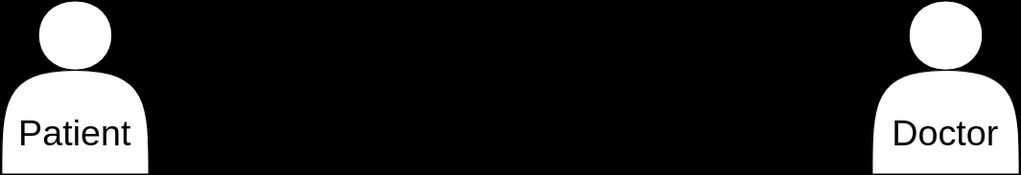
The draw.io diagram architecture.drawio.svg in sabbCodes/telehealth, before a commit. Source tidied: cells renumbered, new cells last; positions are measured from the earlier drawing's top-left corner, leaving out a move shared by most shapes. The source it was exported from:
```xml
<mxGraphModel background="light-dark(#000000, #121212)">
  <root>
    <mxCell id="0" />
    <mxCell id="1" parent="0" />
    <mxCell id="2" style="shape=actor;whiteSpace=wrap;html=1;" parent="1" vertex="1">
      <mxGeometry width="110" height="130" as="geometry" />
    </mxCell>
    <mxCell id="3" style="shape=actor;whiteSpace=wrap;html=1;" parent="1" vertex="1">
      <mxGeometry x="650" width="110" height="130" as="geometry" />
    </mxCell>
    <mxCell id="4" value="&lt;font style=&quot;font-size: 27px;&quot;&gt;Patient&lt;/font&gt;" style="text;html=1;align=center;verticalAlign=middle;whiteSpace=wrap;rounded=0;" parent="1" vertex="1">
      <mxGeometry y="80" width="110" height="40" as="geometry" />
    </mxCell>
    <mxCell id="5" value="&lt;font style=&quot;font-size: 27px;&quot;&gt;Doctor&lt;/font&gt;" style="text;html=1;align=center;verticalAlign=middle;whiteSpace=wrap;rounded=0;" parent="1" vertex="1">
      <mxGeometry x="650" y="85" width="110" height="30" as="geometry" />
    </mxCell>
  </root>
</mxGraphModel>
```
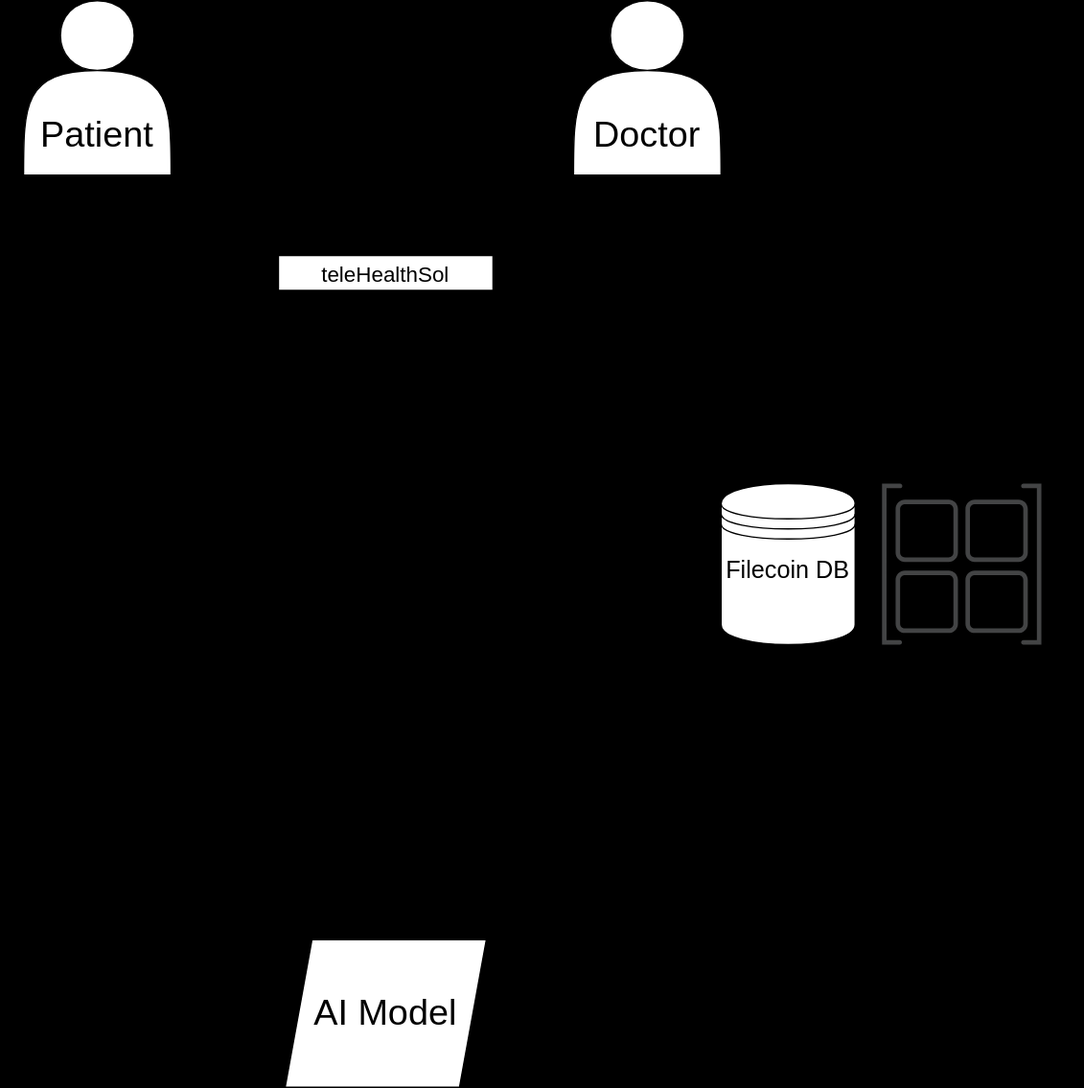
After the commit.

The edit, as a diff of the source:
```diff
@@ -6,13 +6,134 @@
       <mxGeometry width="110" height="130" as="geometry" />
     </mxCell>
     <mxCell id="3" style="shape=actor;whiteSpace=wrap;html=1;" parent="1" vertex="1">
-      <mxGeometry x="650" width="110" height="130" as="geometry" />
+      <mxGeometry x="410" width="110" height="130" as="geometry" />
     </mxCell>
     <mxCell id="4" value="&lt;font style=&quot;font-size: 27px;&quot;&gt;Patient&lt;/font&gt;" style="text;html=1;align=center;verticalAlign=middle;whiteSpace=wrap;rounded=0;" parent="1" vertex="1">
       <mxGeometry y="80" width="110" height="40" as="geometry" />
     </mxCell>
     <mxCell id="5" value="&lt;font style=&quot;font-size: 27px;&quot;&gt;Doctor&lt;/font&gt;" style="text;html=1;align=center;verticalAlign=middle;whiteSpace=wrap;rounded=0;" parent="1" vertex="1">
-      <mxGeometry x="650" y="85" width="110" height="30" as="geometry" />
+      <mxGeometry x="410" y="85" width="110" height="30" as="geometry" />
     </mxCell>
+    <mxCell id="6" style="endArrow=classic;html=1;exitX=0.836;exitY=1.023;exitDx=0;exitDy=0;exitPerimeter=0;" parent="1" edge="1" source="37">
+      <mxGeometry relative="1" as="geometry">
+        <mxPoint x="190" y="200.8" as="targetPoint" />
+      </mxGeometry>
+    </mxCell>
+    <mxCell id="7" value="teleHealthSol" style="swimlane;fontStyle=0;horizontal=1;startSize=26;align=center;fontSize=16;" parent="1" vertex="1">
+      <mxGeometry x="190" y="190" width="160" height="116" as="geometry" />
+    </mxCell>
+    <mxCell id="8" value="General Doctor" style="text;strokeColor=none;fillColor=none;spacingLeft=4;spacingRight=4;overflow=hidden;fontSize=12;whiteSpace=wrap;html=1;" parent="7" vertex="1">
+      <mxGeometry y="26" width="160" height="30" as="geometry" />
+    </mxCell>
+    <mxCell id="9" value="Psychiatric Doctor" style="text;strokeColor=none;fillColor=none;spacingLeft=4;spacingRight=4;overflow=hidden;points=[[0,0.5],[1,0.5]];portConstraint=eastwest;fontSize=12;whiteSpace=wrap;html=1;" parent="7" vertex="1">
+      <mxGeometry y="56" width="160" height="30" as="geometry" />
+    </mxCell>
+    <mxCell id="10" value="Dermatologist" style="text;strokeColor=none;fillColor=none;spacingLeft=4;spacingRight=4;overflow=hidden;fontSize=12;whiteSpace=wrap;html=1;" parent="7" vertex="1">
+      <mxGeometry y="86" width="160" height="30" as="geometry" />
+    </mxCell>
+    <mxCell id="11" style="edgeStyle=segmentEdgeStyle;endArrow=classic;html=1;curved=0;rounded=0;endSize=8;startSize=8;exitX=1;exitY=0.5;exitDx=0;exitDy=0;" parent="1" edge="1" source="9">
+      <mxGeometry relative="1" as="geometry">
+        <mxPoint x="460" y="130" as="targetPoint" />
+      </mxGeometry>
+    </mxCell>
+    <mxCell id="12" style="endArrow=none;dashed=1;html=1;entryX=0;entryY=0.75;entryDx=0;entryDy=0;exitX=1;exitY=0.5;exitDx=0;exitDy=0;" parent="1" edge="1" source="4" target="5">
+      <mxGeometry relative="1" as="geometry" />
+    </mxCell>
+    <mxCell id="13" style="shape=datastore;whiteSpace=wrap;html=1;" parent="1" vertex="1">
+      <mxGeometry x="520" y="360" width="100" height="120" as="geometry" />
+    </mxCell>
+    <mxCell id="14" value="&lt;font style=&quot;font-size: 18px;&quot;&gt;Filecoin DB&lt;/font&gt;" style="text;html=1;align=center;verticalAlign=middle;whiteSpace=wrap;rounded=0;" parent="1" vertex="1">
+      <mxGeometry x="520" y="410" width="100" height="30" as="geometry" />
+    </mxCell>
+    <mxCell id="15" style="sketch=0;shadow=0;dashed=0;html=1;strokeColor=none;fillColor=#434445;labelPosition=center;verticalLabelPosition=bottom;verticalAlign=top;align=center;outlineConnect=0;shape=mxgraph.vvd.site_container;" parent="1" vertex="1">
+      <mxGeometry x="640" y="360" width="118.8" height="120" as="geometry" />
+    </mxCell>
+    <mxCell id="16" style="endArrow=classic;startArrow=classic;html=1;exitX=0.35;exitY=0;exitDx=0;exitDy=0;exitPerimeter=0;entryX=0.75;entryY=1;entryDx=0;entryDy=0;" parent="1" edge="1" source="30" target="3">
+      <mxGeometry relative="1" as="geometry" />
+    </mxCell>
+    <mxCell id="17" style="endArrow=classic;startArrow=classic;html=1;exitX=0.882;exitY=1.015;exitDx=0;exitDy=0;exitPerimeter=0;" parent="1" edge="1" source="3" target="15">
+      <mxGeometry relative="1" as="geometry">
+        <Array as="points">
+          <mxPoint x="640" y="210" />
+        </Array>
+      </mxGeometry>
+    </mxCell>
+    <mxCell id="18" style="shape=parallelogram;perimeter=parallelogramPerimeter;whiteSpace=wrap;html=1;fixedSize=1;" parent="1" vertex="1">
+      <mxGeometry x="195" y="700" width="150" height="110" as="geometry" />
+    </mxCell>
+    <mxCell id="19" value="&lt;font style=&quot;font-size: 27px;&quot;&gt;AI Model&lt;/font&gt;" style="text;html=1;align=center;verticalAlign=middle;whiteSpace=wrap;rounded=0;" parent="1" vertex="1">
+      <mxGeometry x="210" y="735" width="120" height="40" as="geometry" />
+    </mxCell>
+    <mxCell id="20" style="endArrow=classic;html=1;exitX=0.5;exitY=0;exitDx=0;exitDy=0;entryX=0;entryY=0.75;entryDx=0;entryDy=0;" parent="1" edge="1" source="18" target="14">
+      <mxGeometry relative="1" as="geometry">
+        <Array as="points">
+          <mxPoint x="270" y="480" />
+        </Array>
+      </mxGeometry>
+    </mxCell>
+    <mxCell id="21" style="endArrow=classic;html=1;entryX=1;entryY=0.5;entryDx=0;entryDy=0;" parent="1" edge="1" target="18">
+      <mxGeometry relative="1" as="geometry">
+        <mxPoint x="570" y="483" as="sourcePoint" />
+        <Array as="points">
+          <mxPoint x="570" y="760" />
+        </Array>
+      </mxGeometry>
+    </mxCell>
+    <mxCell id="22" value="&lt;font style=&quot;font-size: 19px;&quot;&gt;Solana Chain&lt;/font&gt;" style="text;html=1;align=center;verticalAlign=middle;whiteSpace=wrap;rounded=0;" parent="1" vertex="1">
+      <mxGeometry x="640" y="480" width="120" height="30" as="geometry" />
+    </mxCell>
+    <mxCell id="23" style="endArrow=classic;html=1;entryX=1;entryY=0.5;entryDx=0;entryDy=0;exitX=1;exitY=0.75;exitDx=0;exitDy=0;" parent="1" edge="1" source="18" target="5">
+      <mxGeometry relative="1" as="geometry">
+        <Array as="points">
+          <mxPoint x="780" y="790" />
+          <mxPoint x="780" y="110" />
+        </Array>
+      </mxGeometry>
+    </mxCell>
+    <mxCell id="24" style="endArrow=classic;html=1;entryX=0.409;entryY=1.023;entryDx=0;entryDy=0;entryPerimeter=0;exitX=0;exitY=0.5;exitDx=0;exitDy=0;" parent="1" edge="1" source="35" target="2">
+      <mxGeometry relative="1" as="geometry" />
+    </mxCell>
+    <mxCell id="25" value="&lt;font style=&quot;font-size: 15px;&quot;&gt;Schedule with&lt;/font&gt;" style="text;html=1;align=center;verticalAlign=middle;whiteSpace=wrap;rounded=0;" parent="1" vertex="1">
+      <mxGeometry x="350" y="230" width="110" height="30" as="geometry" />
+    </mxCell>
+    <mxCell id="26" value="&lt;font style=&quot;font-size: 15px;&quot;&gt;a Doctor&lt;/font&gt;" style="text;html=1;align=center;verticalAlign=middle;whiteSpace=wrap;rounded=0;" parent="1" vertex="1">
+      <mxGeometry x="365" y="260" width="80" height="30" as="geometry" />
+    </mxCell>
+    <mxCell id="27" value="&lt;font style=&quot;font-size: 14px;&quot;&gt;Communicate through encrypted messages&lt;/font&gt;" style="text;html=1;align=center;verticalAlign=middle;whiteSpace=wrap;rounded=0;" parent="1" vertex="1">
+      <mxGeometry x="120" y="70" width="290" height="30" as="geometry" />
+    </mxCell>
+    <mxCell id="28" value="&lt;font style=&quot;font-size: 14px;&quot;&gt;Or through video chat&lt;/font&gt;" style="text;html=1;align=center;verticalAlign=middle;whiteSpace=wrap;rounded=0;" parent="1" vertex="1">
+      <mxGeometry x="155" y="110" width="210" height="30" as="geometry" />
+    </mxCell>
+    <mxCell id="29" style="endArrow=classic;startArrow=classic;html=1;exitX=0.35;exitY=0;exitDx=0;exitDy=0;exitPerimeter=0;entryX=0.75;entryY=1;entryDx=0;entryDy=0;" parent="1" edge="1" source="13" target="30">
+      <mxGeometry relative="1" as="geometry" />
+    </mxCell>
+    <mxCell id="30" value="&lt;font style=&quot;font-size: 14px;&quot;&gt;Save health records&lt;/font&gt;" style="text;html=1;align=center;verticalAlign=middle;whiteSpace=wrap;rounded=0;" parent="1" vertex="1">
+      <mxGeometry x="480" y="276" width="140" height="30" as="geometry" />
+    </mxCell>
+    <mxCell id="31" value="&lt;font style=&quot;font-size: 14px;&quot;&gt;Save CID and Patient ID&lt;/font&gt;" style="text;html=1;align=center;verticalAlign=middle;whiteSpace=wrap;rounded=0;" parent="1" vertex="1">
+      <mxGeometry x="645" y="246" width="110" height="30" as="geometry" />
+    </mxCell>
+    <mxCell id="32" value="&lt;font style=&quot;font-size: 15px;&quot;&gt;Train the model with data&lt;/font&gt;" style="text;html=1;align=center;verticalAlign=middle;whiteSpace=wrap;rounded=0;" parent="1" vertex="1">
+      <mxGeometry x="410" y="720" width="110" height="30" as="geometry" />
+    </mxCell>
+    <mxCell id="33" value="&lt;font style=&quot;font-size: 15px;&quot;&gt;Upload trained model to Filecoin&lt;/font&gt;" style="text;html=1;align=center;verticalAlign=middle;whiteSpace=wrap;rounded=0;" parent="1" vertex="1">
+      <mxGeometry x="300" y="420" width="130" height="30" as="geometry" />
+    </mxCell>
+    <mxCell id="34" style="endArrow=classic;html=1;entryX=0.409;entryY=1.023;entryDx=0;entryDy=0;entryPerimeter=0;exitX=0;exitY=0.5;exitDx=0;exitDy=0;" parent="1" edge="1" source="18" target="35">
+      <mxGeometry relative="1" as="geometry" />
+    </mxCell>
+    <mxCell id="35" value="&lt;font style=&quot;font-size: 15px;&quot;&gt;Patients can query model for issues regarding their health&lt;/font&gt;" style="text;html=1;align=center;verticalAlign=middle;whiteSpace=wrap;rounded=0;" parent="1" vertex="1">
+      <mxGeometry x="-10" y="420" width="190" height="30" as="geometry" />
+    </mxCell>
+    <mxCell id="36" style="endArrow=classic;html=1;exitX=0.836;exitY=1.023;exitDx=0;exitDy=0;exitPerimeter=0;" parent="1" edge="1" source="2" target="37">
+      <mxGeometry relative="1" as="geometry" />
+    </mxCell>
+    <mxCell id="37" value="&lt;font style=&quot;font-size: 15px;&quot;&gt;Sign up&lt;/font&gt;" style="text;html=1;align=center;verticalAlign=middle;whiteSpace=wrap;rounded=0;rotation=0;" parent="1" vertex="1">
+      <mxGeometry x="85" y="150" width="110" height="30" as="geometry" />
+    </mxCell>
+    <mxCell id="38" value="&lt;font style=&quot;font-size: 15px;&quot;&gt;Doctors can query model for help about differential diagnosis&lt;/font&gt;" style="text;html=1;align=center;verticalAlign=middle;whiteSpace=wrap;rounded=0;" parent="1" vertex="1">
+      <mxGeometry x="630" y="720" width="160" height="30" as="geometry" />
+    </mxCell>
   </root>
 </mxGraphModel>
```
